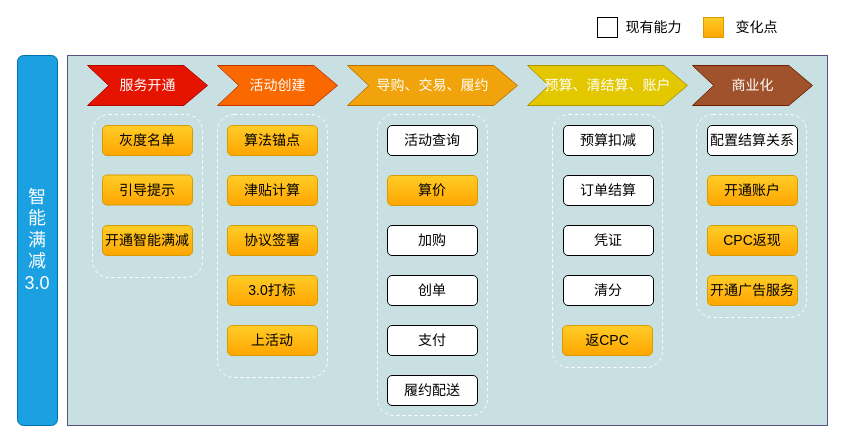
Earlier version of the draw.io diagram page "业务架构" (1 of 5) of 智能满减.drawio (jon-kong/draw.io). Source tidied: cells renumbered, new cells numbered last; positions are measured from the earlier drawing's top-left corner, leaving out a move shared by most shapes. Both pictures are drawn from the tidied source at 100%, with x=0, y=0 at pixel (17, 17).
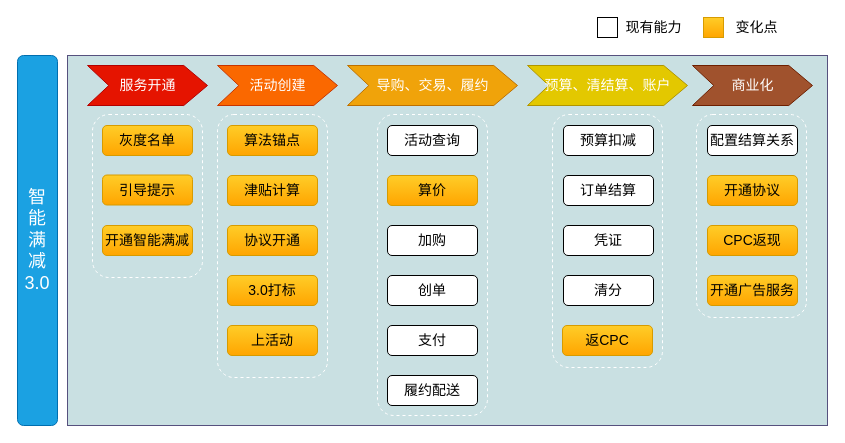
The same diagram, later.

Diff of the diagram source:
```diff
@@
-    <mxCell id="15" value="协议签署" style="rounded=1;whiteSpace=wrap;html=1;fontSize=14;gradientColor=#ffa500;fillColor=#ffcd28;strokeColor=#d79b00;" parent="1" vertex="1">
+    <mxCell id="15" value="协议开通" style="rounded=1;whiteSpace=wrap;html=1;fontSize=14;gradientColor=#ffa500;fillColor=#ffcd28;strokeColor=#d79b00;" parent="1" vertex="1">
       <mxGeometry x="210" y="208" width="90" height="30" as="geometry" />
     </mxCell>
@@
-    <mxCell id="32" value="开通账户" style="rounded=1;whiteSpace=wrap;html=1;fontSize=14;gradientColor=#ffa500;fillColor=#ffcd28;strokeColor=#d79b00;" parent="1" vertex="1">
+    <mxCell id="32" value="开通协议" style="rounded=1;whiteSpace=wrap;html=1;fontSize=14;gradientColor=#ffa500;fillColor=#ffcd28;strokeColor=#d79b00;" parent="1" vertex="1">
       <mxGeometry x="690" y="158" width="90" height="30" as="geometry" />
     </mxCell>
```
